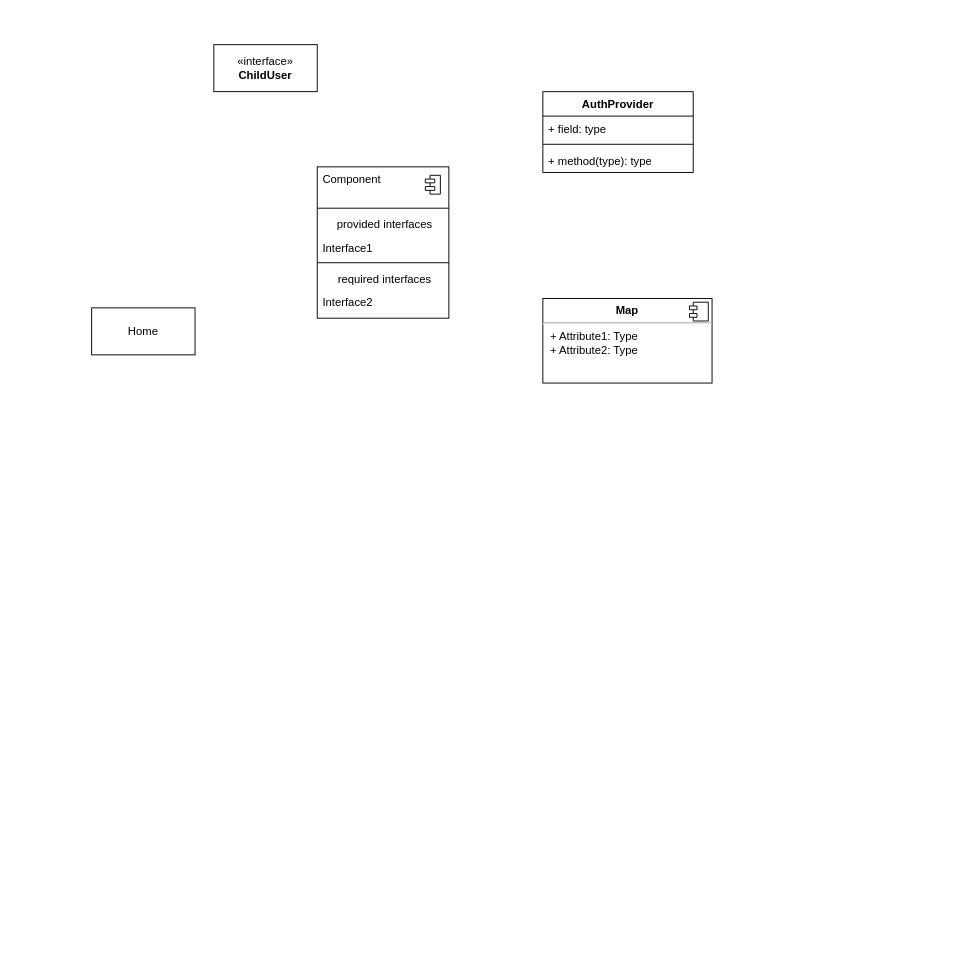
The draw.io diagram iriomote-ecotourism.drawio in kaoru387/draw.io, before the edit. Source tidied: cells renumbered, new cells numbered last; positions are measured from the earlier drawing's top-left corner, leaving out a move shared by most shapes. Both pictures are drawn from the tidied source at 94%, with x=0, y=0 at pixel (91, 44).
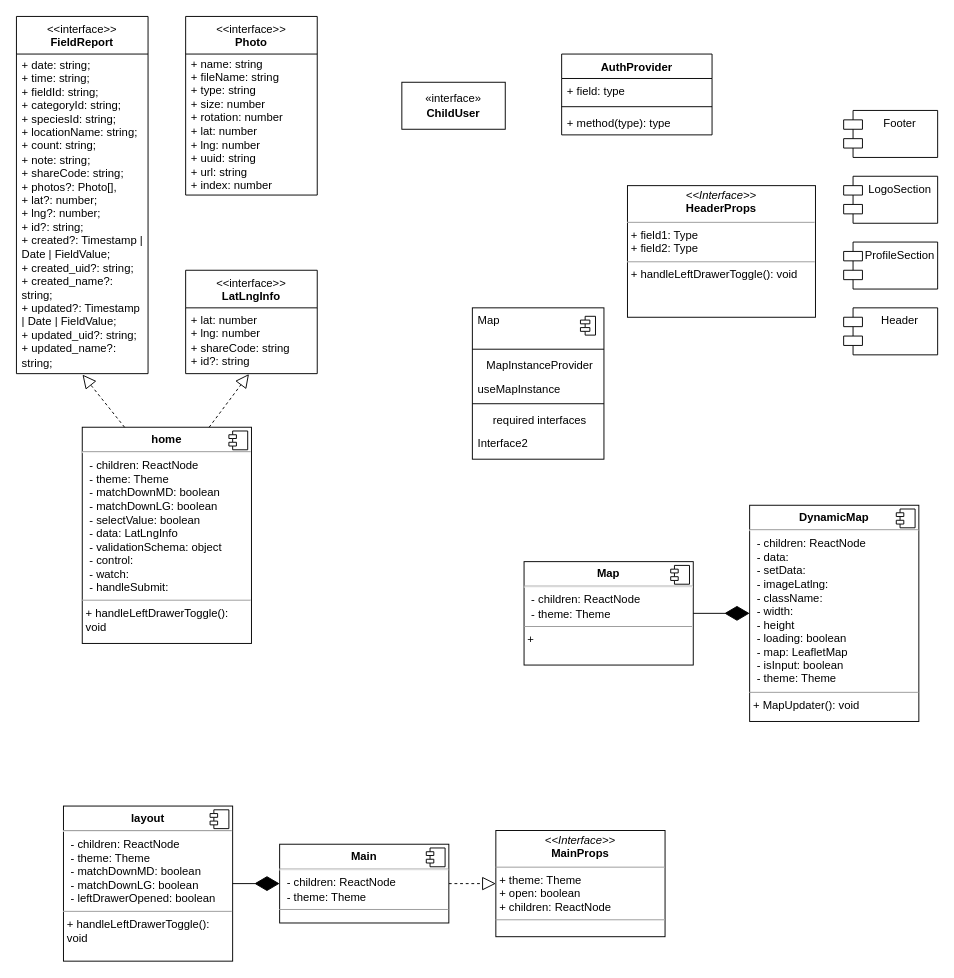
Above is the later version.

Commit message:
iriomote-ecotourism.drawio を更新します

Diff of the diagram source:
```diff
@@
-    <mxCell id="2" value="«interface»&lt;br&gt;&lt;b&gt;ChildUser&lt;/b&gt;" style="html=1;whiteSpace=wrap;" parent="1" vertex="1">
-      <mxGeometry x="130" width="110" height="50" as="geometry" />
-    </mxCell>
     <mxCell id="3" value="AuthProvider" style="swimlane;fontStyle=1;align=center;verticalAlign=top;horizontal=1;startSize=26;whiteSpace=wrap;html=1;" parent="1" vertex="1">
-      <mxGeometry x="480" y="50" width="160" height="86" as="geometry" />
+      <mxGeometry x="500" y="10" width="160" height="86" as="geometry" />
     </mxCell>
@@
-    <mxCell id="7" value="Home" style="html=1;whiteSpace=wrap;" parent="1" vertex="1">
-      <mxGeometry y="280" width="110" height="50" as="geometry" />
-    </mxCell>
-    <mxCell id="8" value="&lt;p style=&quot;margin:0px;margin-top:6px;text-align:center;&quot;&gt;&lt;b&gt;Map&lt;/b&gt;&lt;/p&gt;&lt;hr&gt;&lt;p style=&quot;margin:0px;margin-left:8px;&quot;&gt;+ Attribute1: Type&lt;br&gt;+ Attribute2: Type&lt;/p&gt;" style="align=left;overflow=fill;html=1;whiteSpace=wrap;" parent="1" vertex="1">
-      <mxGeometry x="480" y="270" width="180" height="90" as="geometry" />
+    <mxCell id="8" value="&lt;p style=&quot;margin:0px;margin-top:6px;text-align:center;&quot;&gt;&lt;b&gt;layout&lt;/b&gt;&lt;/p&gt;&lt;hr&gt;&lt;p style=&quot;border-color: var(--border-color); margin: 0px 0px 0px 8px;&quot;&gt;- children: ReactNode&lt;/p&gt;&lt;p style=&quot;border-color: var(--border-color); margin: 0px 0px 0px 8px;&quot;&gt;- theme: Theme&lt;/p&gt;&lt;p style=&quot;border-color: var(--border-color); margin: 0px 0px 0px 8px;&quot;&gt;- matchDownMD: boolean&lt;/p&gt;&lt;p style=&quot;border-color: var(--border-color); margin: 0px 0px 0px 8px;&quot;&gt;- matchDownLG: boolean&lt;/p&gt;&lt;p style=&quot;border-color: var(--border-color); margin: 0px 0px 0px 8px;&quot;&gt;- leftDrawerOpened: boolean&lt;/p&gt;&lt;hr style=&quot;border-color: var(--border-color);&quot; size=&quot;1&quot;&gt;&lt;p style=&quot;border-color: var(--border-color); margin: 0px 0px 0px 4px;&quot;&gt;+&amp;nbsp;handleLeftDrawerToggle(): void&lt;/p&gt;" style="align=left;overflow=fill;html=1;whiteSpace=wrap;" parent="1" vertex="1">
+      <mxGeometry x="-30" y="810" width="180" height="165" as="geometry" />
     </mxCell>
@@
     <mxCell id="10" style="fontStyle=1;align=center;verticalAlign=top;horizontal=1;" parent="1" vertex="1">
-      <mxGeometry x="240" y="130" width="140" height="161" as="geometry" />
+      <mxGeometry x="405" y="280" width="140" height="161" as="geometry" />
     </mxCell>
-    <mxCell id="11" value="Component" style="html=1;align=left;spacingLeft=4;verticalAlign=top;strokeColor=none;fillColor=none;whiteSpace=wrap;" parent="10" vertex="1">
+    <mxCell id="11" value="Map" style="html=1;align=left;spacingLeft=4;verticalAlign=top;strokeColor=none;fillColor=none;whiteSpace=wrap;" parent="10" vertex="1">
       <mxGeometry width="140" height="40" as="geometry" />
     </mxCell>
@@
-    <mxCell id="14" value="provided interfaces" style="html=1;align=center;spacingLeft=4;verticalAlign=top;strokeColor=none;fillColor=none;whiteSpace=wrap;" parent="10" vertex="1">
+    <mxCell id="14" value="MapInstanceProvider" style="html=1;align=center;spacingLeft=4;verticalAlign=top;strokeColor=none;fillColor=none;whiteSpace=wrap;" parent="10" vertex="1">
       <mxGeometry y="48" width="140" height="25" as="geometry" />
     </mxCell>
-    <mxCell id="15" value="Interface1" style="html=1;align=left;spacingLeft=4;verticalAlign=top;strokeColor=none;fillColor=none;whiteSpace=wrap;" parent="10" vertex="1">
+    <mxCell id="15" value="useMapInstance" style="html=1;align=left;spacingLeft=4;verticalAlign=top;strokeColor=none;fillColor=none;whiteSpace=wrap;" parent="10" vertex="1">
       <mxGeometry y="73" width="140" height="25" as="geometry" />
     </mxCell>
@@
+    <mxCell id="2" value="«interface»&lt;br&gt;&lt;b&gt;ChildUser&lt;/b&gt;" style="html=1;whiteSpace=wrap;" parent="1" vertex="1">
+      <mxGeometry x="330" y="40" width="110" height="50" as="geometry" />
+    </mxCell>
+    <mxCell id="19" value="&lt;p style=&quot;margin:0px;margin-top:4px;text-align:center;&quot;&gt;&lt;i&gt;&amp;lt;&amp;lt;Interface&amp;gt;&amp;gt;&lt;/i&gt;&lt;br&gt;&lt;b style=&quot;border-color: var(--border-color);&quot;&gt;HeaderProps&lt;/b&gt;&lt;br&gt;&lt;/p&gt;&lt;hr size=&quot;1&quot;&gt;&lt;p style=&quot;margin:0px;margin-left:4px;&quot;&gt;+ field1: Type&lt;br&gt;+ field2: Type&lt;/p&gt;&lt;hr size=&quot;1&quot;&gt;&lt;p style=&quot;margin:0px;margin-left:4px;&quot;&gt;+ handleLeftDrawerToggle(): void&lt;br&gt;&lt;/p&gt;" style="verticalAlign=top;align=left;overflow=fill;fontSize=12;fontFamily=Helvetica;html=1;whiteSpace=wrap;" parent="1" vertex="1">
+      <mxGeometry x="570" y="150" width="200" height="140" as="geometry" />
+    </mxCell>
+    <mxCell id="20" value="Header" style="shape=module;align=left;spacingLeft=20;align=center;verticalAlign=top;whiteSpace=wrap;html=1;" parent="1" vertex="1">
+      <mxGeometry x="800" y="280" width="100" height="50" as="geometry" />
+    </mxCell>
+    <mxCell id="21" value="Footer" style="shape=module;align=left;spacingLeft=20;align=center;verticalAlign=top;whiteSpace=wrap;html=1;" parent="1" vertex="1">
+      <mxGeometry x="800" y="70" width="100" height="50" as="geometry" />
+    </mxCell>
+    <mxCell id="22" value="ProfileSection" style="shape=module;align=left;spacingLeft=20;align=center;verticalAlign=top;whiteSpace=wrap;html=1;" parent="1" vertex="1">
+      <mxGeometry x="800" y="210" width="100" height="50" as="geometry" />
+    </mxCell>
+    <mxCell id="23" value="LogoSection" style="shape=module;align=left;spacingLeft=20;align=center;verticalAlign=top;whiteSpace=wrap;html=1;" parent="1" vertex="1">
+      <mxGeometry x="800" y="140" width="100" height="50" as="geometry" />
+    </mxCell>
+    <mxCell id="24" value="&lt;p style=&quot;margin:0px;margin-top:4px;text-align:center;&quot;&gt;&lt;i&gt;&amp;lt;&amp;lt;Interface&amp;gt;&amp;gt;&lt;/i&gt;&lt;br&gt;&lt;b style=&quot;border-color: var(--border-color);&quot;&gt;MainProps&lt;/b&gt;&lt;br&gt;&lt;/p&gt;&lt;hr size=&quot;1&quot;&gt;&lt;p style=&quot;margin:0px;margin-left:4px;&quot;&gt;+ theme: Theme&lt;br&gt;+ open: boolean&lt;/p&gt;&lt;p style=&quot;margin:0px;margin-left:4px;&quot;&gt;+ children: ReactNode&lt;/p&gt;&lt;hr size=&quot;1&quot;&gt;&lt;p style=&quot;margin:0px;margin-left:4px;&quot;&gt;&lt;br&gt;&lt;/p&gt;" style="verticalAlign=top;align=left;overflow=fill;fontSize=12;fontFamily=Helvetica;html=1;whiteSpace=wrap;" parent="1" vertex="1">
+      <mxGeometry x="430" y="836" width="180" height="113" as="geometry" />
+    </mxCell>
+    <mxCell id="25" style="endArrow=block;dashed=1;endFill=0;endSize=12;html=1;rounded=0;" parent="1" edge="1" source="27" target="24">
+      <mxGeometry relative="1" as="geometry" />
+    </mxCell>
+    <mxCell id="26" style="endArrow=diamondThin;endFill=1;endSize=24;html=1;rounded=0;exitX=1;exitY=0.5;exitDx=0;exitDy=0;entryX=0;entryY=0.5;entryDx=0;entryDy=0;" parent="1" edge="1" source="8" target="27">
+      <mxGeometry relative="1" as="geometry" />
+    </mxCell>
+    <mxCell id="27" value="&lt;p style=&quot;margin:0px;margin-top:6px;text-align:center;&quot;&gt;&lt;b&gt;Main&lt;/b&gt;&lt;/p&gt;&lt;hr&gt;&lt;p style=&quot;border-color: var(--border-color); margin: 0px 0px 0px 8px;&quot;&gt;- children: ReactNode&lt;/p&gt;&lt;p style=&quot;border-color: var(--border-color); margin: 0px 0px 0px 8px;&quot;&gt;- theme: Theme&lt;/p&gt;&lt;hr style=&quot;border-color: var(--border-color);&quot; size=&quot;1&quot;&gt;&lt;p style=&quot;border-color: var(--border-color); margin: 0px 0px 0px 4px;&quot;&gt;&lt;br&gt;&lt;/p&gt;" style="align=left;overflow=fill;html=1;whiteSpace=wrap;" parent="1" vertex="1">
+      <mxGeometry x="200" y="850.6" width="180" height="83.8" as="geometry" />
+    </mxCell>
+    <mxCell id="28" style="shape=component;jettyWidth=8;jettyHeight=4;" parent="27" vertex="1">
+      <mxGeometry x="1" width="20" height="20" relative="1" as="geometry">
+        <mxPoint x="-24" y="4" as="offset" />
+      </mxGeometry>
+    </mxCell>
+    <mxCell id="29" value="&lt;p style=&quot;margin:0px;margin-top:6px;text-align:center;&quot;&gt;&lt;b&gt;home&lt;/b&gt;&lt;/p&gt;&lt;hr&gt;&lt;p style=&quot;border-color: var(--border-color); margin: 0px 0px 0px 8px;&quot;&gt;- children: ReactNode&lt;/p&gt;&lt;p style=&quot;border-color: var(--border-color); margin: 0px 0px 0px 8px;&quot;&gt;- theme: Theme&lt;/p&gt;&lt;p style=&quot;border-color: var(--border-color); margin: 0px 0px 0px 8px;&quot;&gt;- matchDownMD: boolean&lt;/p&gt;&lt;p style=&quot;border-color: var(--border-color); margin: 0px 0px 0px 8px;&quot;&gt;- matchDownLG: boolean&lt;/p&gt;&lt;p style=&quot;border-color: var(--border-color); margin: 0px 0px 0px 8px;&quot;&gt;- selectValue: boolean&lt;/p&gt;&lt;p style=&quot;border-color: var(--border-color); margin: 0px 0px 0px 8px;&quot;&gt;- data: LatLngInfo&lt;/p&gt;&lt;p style=&quot;border-color: var(--border-color); margin: 0px 0px 0px 8px;&quot;&gt;- validationSchema: object&lt;/p&gt;&lt;p style=&quot;border-color: var(--border-color); margin: 0px 0px 0px 8px;&quot;&gt;- control:&amp;nbsp;&lt;/p&gt;&lt;p style=&quot;border-color: var(--border-color); margin: 0px 0px 0px 8px;&quot;&gt;- watch:&amp;nbsp;&lt;/p&gt;&lt;p style=&quot;border-color: var(--border-color); margin: 0px 0px 0px 8px;&quot;&gt;- handleSubmit:&amp;nbsp;&lt;/p&gt;&lt;hr style=&quot;border-color: var(--border-color);&quot; size=&quot;1&quot;&gt;&lt;p style=&quot;border-color: var(--border-color); margin: 0px 0px 0px 4px;&quot;&gt;+&amp;nbsp;handleLeftDrawerToggle(): void&lt;/p&gt;" style="align=left;overflow=fill;html=1;whiteSpace=wrap;" parent="1" vertex="1">
+      <mxGeometry x="-10" y="407" width="180" height="230" as="geometry" />
+    </mxCell>
+    <mxCell id="30" style="shape=component;jettyWidth=8;jettyHeight=4;" parent="29" vertex="1">
+      <mxGeometry x="1" width="20" height="20" relative="1" as="geometry">
+        <mxPoint x="-24" y="4" as="offset" />
+      </mxGeometry>
+    </mxCell>
+    <mxCell id="31" value="&amp;lt;&amp;lt;interface&amp;gt;&amp;gt;&lt;br&gt;&lt;b&gt;Photo&lt;/b&gt;" style="swimlane;fontStyle=0;align=center;verticalAlign=top;horizontal=1;startSize=40;html=1;whiteSpace=wrap;" parent="1" vertex="1">
+      <mxGeometry x="100" y="-30" width="140" height="190" as="geometry" />
+    </mxCell>
+    <mxCell id="32" value="+ name: string&lt;br&gt;+ fileName: string&lt;br&gt;+ type: string&lt;br&gt;+ size: number&lt;br&gt;+ rotation: number&lt;br&gt;+ lat: number&lt;br&gt;+ lng: number&lt;br&gt;+ uuid: string&lt;br&gt;+ url: string&lt;br&gt;+ index: number" style="text;html=1;strokeColor=none;fillColor=none;align=left;verticalAlign=middle;spacingLeft=4;spacingRight=4;overflow=hidden;whiteSpace=wrap;" parent="31" vertex="1">
+      <mxGeometry y="40" width="140" height="150" as="geometry" />
+    </mxCell>
+    <mxCell id="33" value="&amp;lt;&amp;lt;interface&amp;gt;&amp;gt;&lt;br&gt;&lt;b&gt;FieldReport&lt;/b&gt;" style="swimlane;fontStyle=0;align=center;verticalAlign=top;horizontal=1;startSize=40;html=1;whiteSpace=wrap;" parent="1" vertex="1">
+      <mxGeometry x="-80" y="-30" width="140" height="380" as="geometry" />
+    </mxCell>
+    <mxCell id="34" value="&lt;div&gt;+ date: string;&lt;/div&gt;&lt;div&gt;+ time: string;&lt;/div&gt;&lt;div&gt;+ fieldId: string;&lt;/div&gt;&lt;div&gt;+ categoryId: string;&lt;/div&gt;&lt;div&gt;+ speciesId: string;&lt;/div&gt;&lt;div&gt;+ locationName: string;&lt;/div&gt;&lt;div&gt;+ count: string;&lt;/div&gt;&lt;div&gt;+ note: string;&lt;/div&gt;&lt;div&gt;+ shareCode: string;&lt;/div&gt;&lt;div&gt;+ photos?: Photo[],&lt;/div&gt;&lt;div&gt;+ lat?: number;&lt;/div&gt;&lt;div&gt;+ lng?: number;&lt;/div&gt;&lt;div&gt;+ id?: string;&lt;/div&gt;&lt;div&gt;+ created?: Timestamp | Date | FieldValue;&lt;/div&gt;&lt;div&gt;+ created_uid?: string;&lt;/div&gt;&lt;div&gt;+ created_name?: string;&lt;/div&gt;&lt;div&gt;+ updated?: Timestamp | Date | FieldValue;&lt;/div&gt;&lt;div&gt;+ updated_uid?: string;&lt;/div&gt;&lt;div&gt;+ updated_name?: string;&lt;/div&gt;" style="text;html=1;strokeColor=none;fillColor=none;align=left;verticalAlign=middle;spacingLeft=4;spacingRight=4;overflow=hidden;points=[[0,0.5],[1,0.5]];portConstraint=eastwest;whiteSpace=wrap;" parent="33" vertex="1">
+      <mxGeometry y="40" width="140" height="340" as="geometry" />
+    </mxCell>
+    <mxCell id="35" style="endArrow=block;dashed=1;endFill=0;endSize=12;html=1;rounded=0;exitX=0.25;exitY=0;exitDx=0;exitDy=0;entryX=0.502;entryY=1.003;entryDx=0;entryDy=0;entryPerimeter=0;" parent="1" edge="1" source="29" target="34">
+      <mxGeometry relative="1" as="geometry" />
+    </mxCell>
+    <mxCell id="36" value="&amp;lt;&amp;lt;interface&amp;gt;&amp;gt;&lt;br&gt;&lt;b&gt;LatLngInfo&lt;/b&gt;" style="swimlane;fontStyle=0;align=center;verticalAlign=top;horizontal=1;startSize=40;html=1;whiteSpace=wrap;" parent="1" vertex="1">
+      <mxGeometry x="100" y="240" width="140" height="110" as="geometry" />
+    </mxCell>
+    <mxCell id="37" value="&lt;div&gt;+ lat: number&lt;/div&gt;&lt;div&gt;+ lng: number&lt;/div&gt;&lt;div&gt;+ shareCode: string&lt;/div&gt;&lt;div&gt;+ id?: string&lt;/div&gt;" style="text;html=1;strokeColor=none;fillColor=none;align=left;verticalAlign=middle;spacingLeft=4;spacingRight=4;overflow=hidden;points=[[0,0.5],[1,0.5]];portConstraint=eastwest;whiteSpace=wrap;" parent="36" vertex="1">
+      <mxGeometry y="40" width="140" height="70" as="geometry" />
+    </mxCell>
+    <mxCell id="38" style="endArrow=block;dashed=1;endFill=0;endSize=12;html=1;rounded=0;exitX=0.75;exitY=0;exitDx=0;exitDy=0;entryX=0.481;entryY=1.006;entryDx=0;entryDy=0;entryPerimeter=0;" parent="1" edge="1" source="29" target="37">
+      <mxGeometry relative="1" as="geometry" />
+    </mxCell>
+    <mxCell id="39" value="&lt;p style=&quot;margin:0px;margin-top:6px;text-align:center;&quot;&gt;&lt;b&gt;Map&lt;/b&gt;&lt;/p&gt;&lt;hr&gt;&lt;p style=&quot;border-color: var(--border-color); margin: 0px 0px 0px 8px;&quot;&gt;- children: ReactNode&lt;/p&gt;&lt;p style=&quot;border-color: var(--border-color); margin: 0px 0px 0px 8px;&quot;&gt;- theme: Theme&lt;/p&gt;&lt;hr style=&quot;border-color: var(--border-color);&quot; size=&quot;1&quot;&gt;&lt;p style=&quot;border-color: var(--border-color); margin: 0px 0px 0px 4px;&quot;&gt;+&amp;nbsp;&lt;/p&gt;" style="align=left;overflow=fill;html=1;whiteSpace=wrap;" parent="1" vertex="1">
+      <mxGeometry x="460" y="550" width="180" height="110" as="geometry" />
+    </mxCell>
+    <mxCell id="40" style="shape=component;jettyWidth=8;jettyHeight=4;" parent="39" vertex="1">
+      <mxGeometry x="1" width="20" height="20" relative="1" as="geometry">
+        <mxPoint x="-24" y="4" as="offset" />
+      </mxGeometry>
+    </mxCell>
+    <mxCell id="41" value="&lt;p style=&quot;margin:0px;margin-top:6px;text-align:center;&quot;&gt;&lt;b&gt;DynamicMap&lt;/b&gt;&lt;/p&gt;&lt;hr&gt;&lt;p style=&quot;border-color: var(--border-color); margin: 0px 0px 0px 8px;&quot;&gt;- children: ReactNode&lt;/p&gt;&lt;p style=&quot;border-color: var(--border-color); margin: 0px 0px 0px 8px;&quot;&gt;- data:&amp;nbsp;&lt;/p&gt;&lt;p style=&quot;border-color: var(--border-color); margin: 0px 0px 0px 8px;&quot;&gt;- setData:&lt;/p&gt;&lt;p style=&quot;border-color: var(--border-color); margin: 0px 0px 0px 8px;&quot;&gt;- imageLatlng:&lt;/p&gt;&lt;p style=&quot;border-color: var(--border-color); margin: 0px 0px 0px 8px;&quot;&gt;- className:&lt;/p&gt;&lt;p style=&quot;border-color: var(--border-color); margin: 0px 0px 0px 8px;&quot;&gt;- width:&amp;nbsp;&lt;/p&gt;&lt;p style=&quot;border-color: var(--border-color); margin: 0px 0px 0px 8px;&quot;&gt;- height&lt;/p&gt;&lt;p style=&quot;border-color: var(--border-color); margin: 0px 0px 0px 8px;&quot;&gt;- loading: boolean&lt;/p&gt;&lt;p style=&quot;border-color: var(--border-color); margin: 0px 0px 0px 8px;&quot;&gt;- map: LeafletMap&lt;/p&gt;&lt;p style=&quot;border-color: var(--border-color); margin: 0px 0px 0px 8px;&quot;&gt;- isInput: boolean&lt;/p&gt;&lt;p style=&quot;border-color: var(--border-color); margin: 0px 0px 0px 8px;&quot;&gt;- theme: Theme&lt;/p&gt;&lt;hr style=&quot;border-color: var(--border-color);&quot; size=&quot;1&quot;&gt;&lt;p style=&quot;border-color: var(--border-color); margin: 0px 0px 0px 4px;&quot;&gt;+ MapUpdater(): void&lt;/p&gt;" style="align=left;overflow=fill;html=1;whiteSpace=wrap;" parent="1" vertex="1">
+      <mxGeometry x="700" y="490" width="180" height="230" as="geometry" />
+    </mxCell>
+    <mxCell id="42" style="shape=component;jettyWidth=8;jettyHeight=4;" parent="41" vertex="1">
+      <mxGeometry x="1" width="20" height="20" relative="1" as="geometry">
+        <mxPoint x="-24" y="4" as="offset" />
+      </mxGeometry>
+    </mxCell>
+    <mxCell id="43" style="endArrow=diamondThin;endFill=1;endSize=24;html=1;rounded=0;exitX=1;exitY=0.5;exitDx=0;exitDy=0;entryX=0;entryY=0.5;entryDx=0;entryDy=0;" parent="1" edge="1" source="39" target="41">
+      <mxGeometry relative="1" as="geometry" />
+    </mxCell>
```
